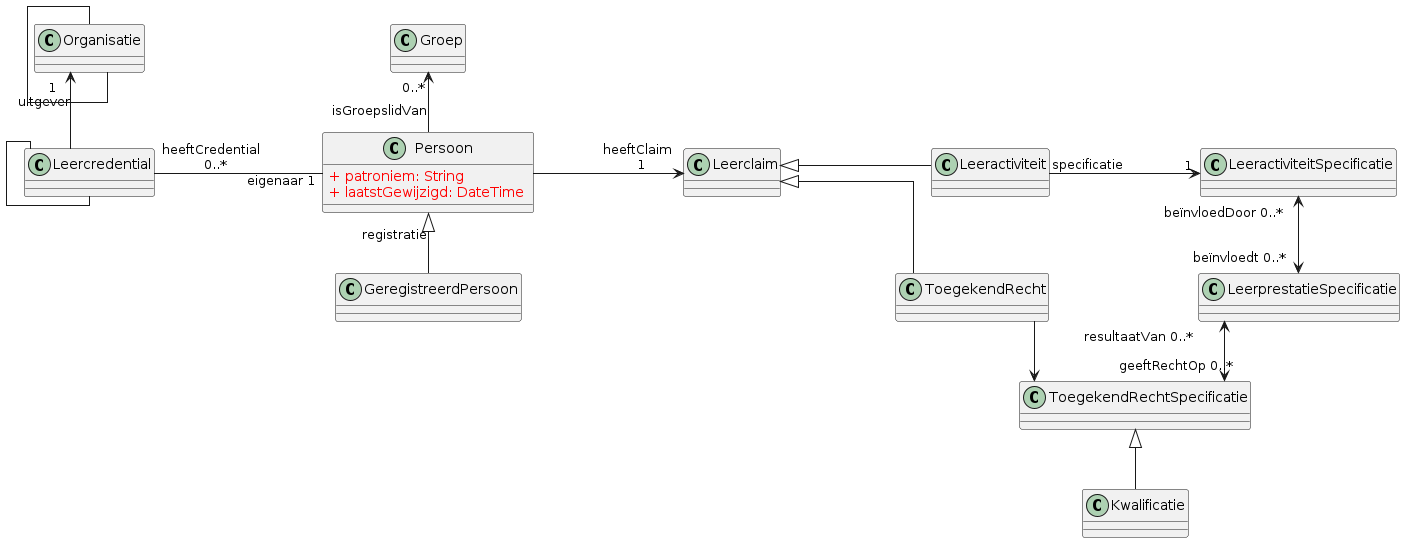
Above: resources/plantuml/removed_attributes.png in Informatievlaanderen/OSLOthema-Leerinschrijfcredential (PlantUML), before the change.
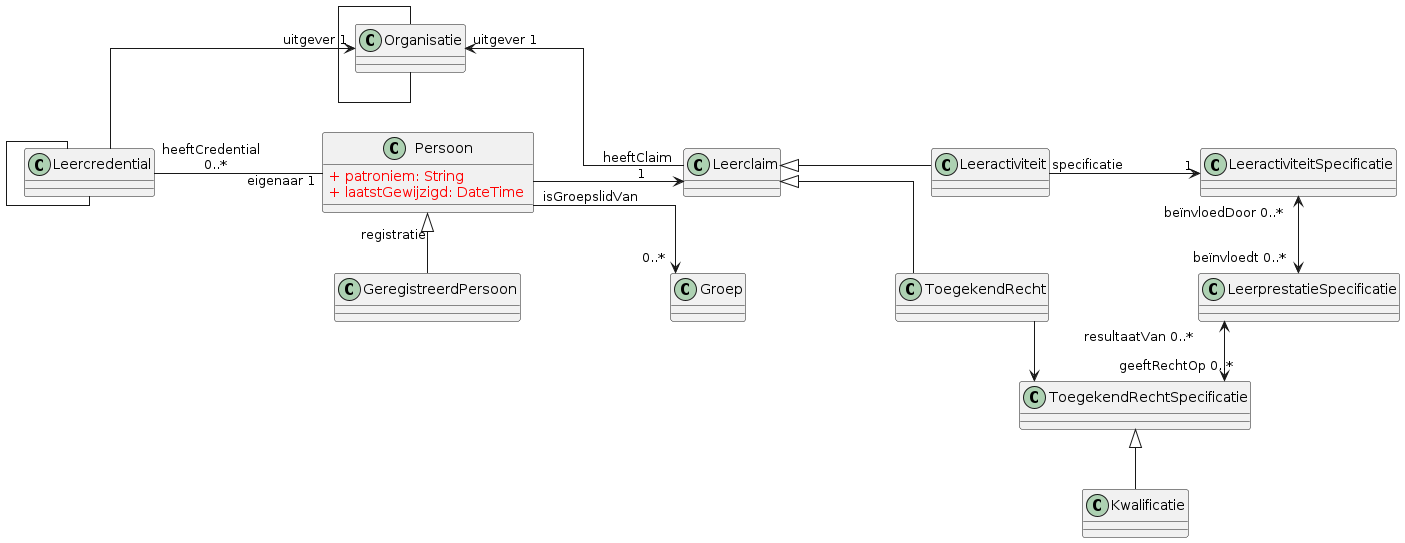
The same diagram one commit later.

Change to the diagram source:
```diff
@@ -25,11 +25,14 @@
 node a
 hide a
 
+Leerclaim  -[hidden]- Groep
+Organisatie "uitgever 1" <-- Leerclaim
+
 Persoon <|-- GeregistreerdPersoon: " registratie"
 Groep "0..*" <-- Persoon: "isGroepslidVan"
 Leercredential  --  Leercredential
 Leercredential "heeftCredential \n 0..*"-r-"\t\t eigenaar 1" Persoon
-Organisatie "1  " <--  Leercredential: "uitgever"
+Organisatie "uitgever 1" <--  Leercredential
 Organisatie  --  Organisatie
 
 Persoon -r->"heeftClaim \n 1" Leerclaim
```
